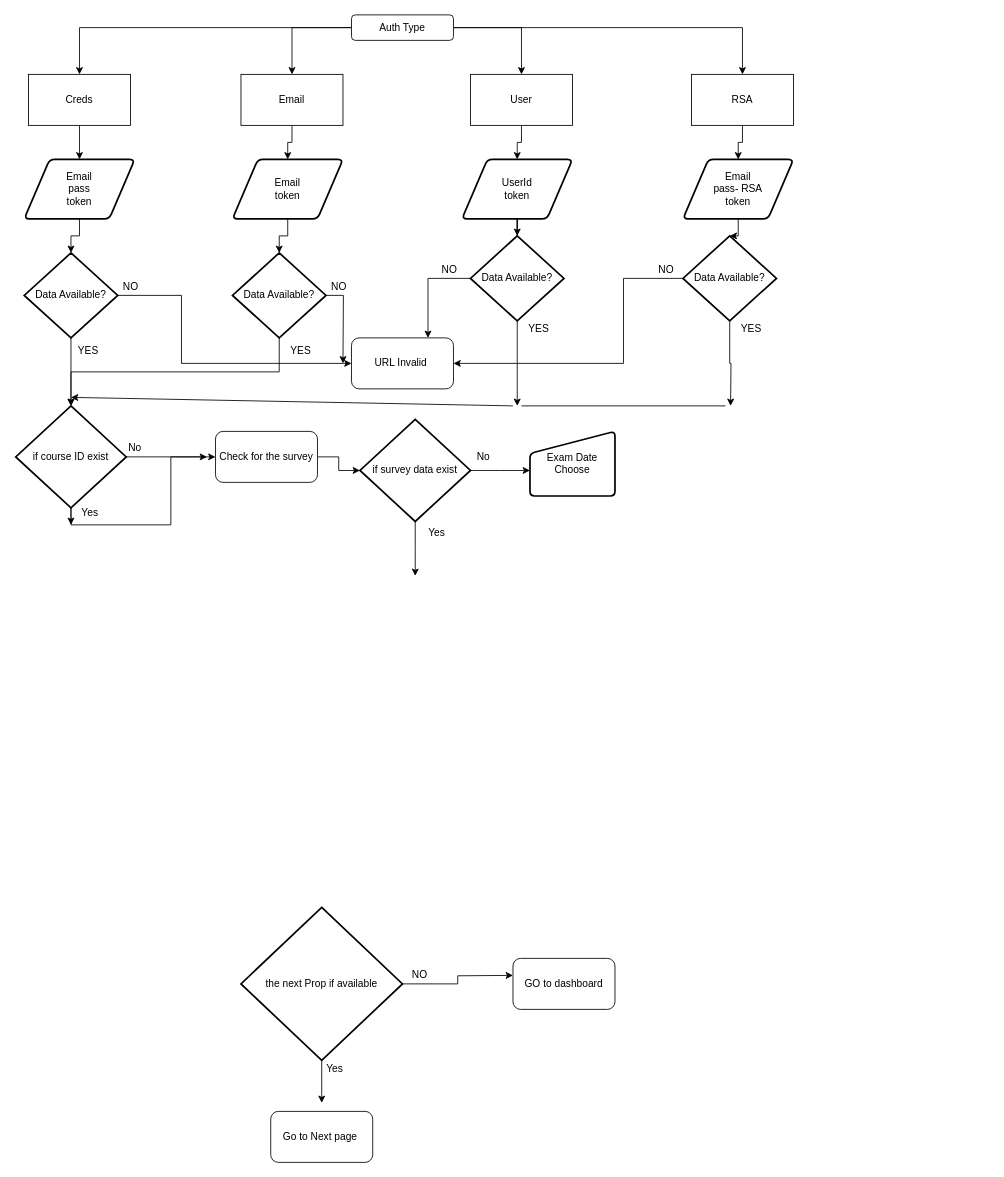
Earlier version of the draw.io diagram AutoLogin.drawio (susanta96/susanta96). Source tidied: cells renumbered, new cells numbered last; positions are measured from the earlier drawing's top-left corner, leaving out a move shared by most shapes. Both pictures are drawn from the tidied source at 85%, with x=0, y=0 at pixel (15, 14).
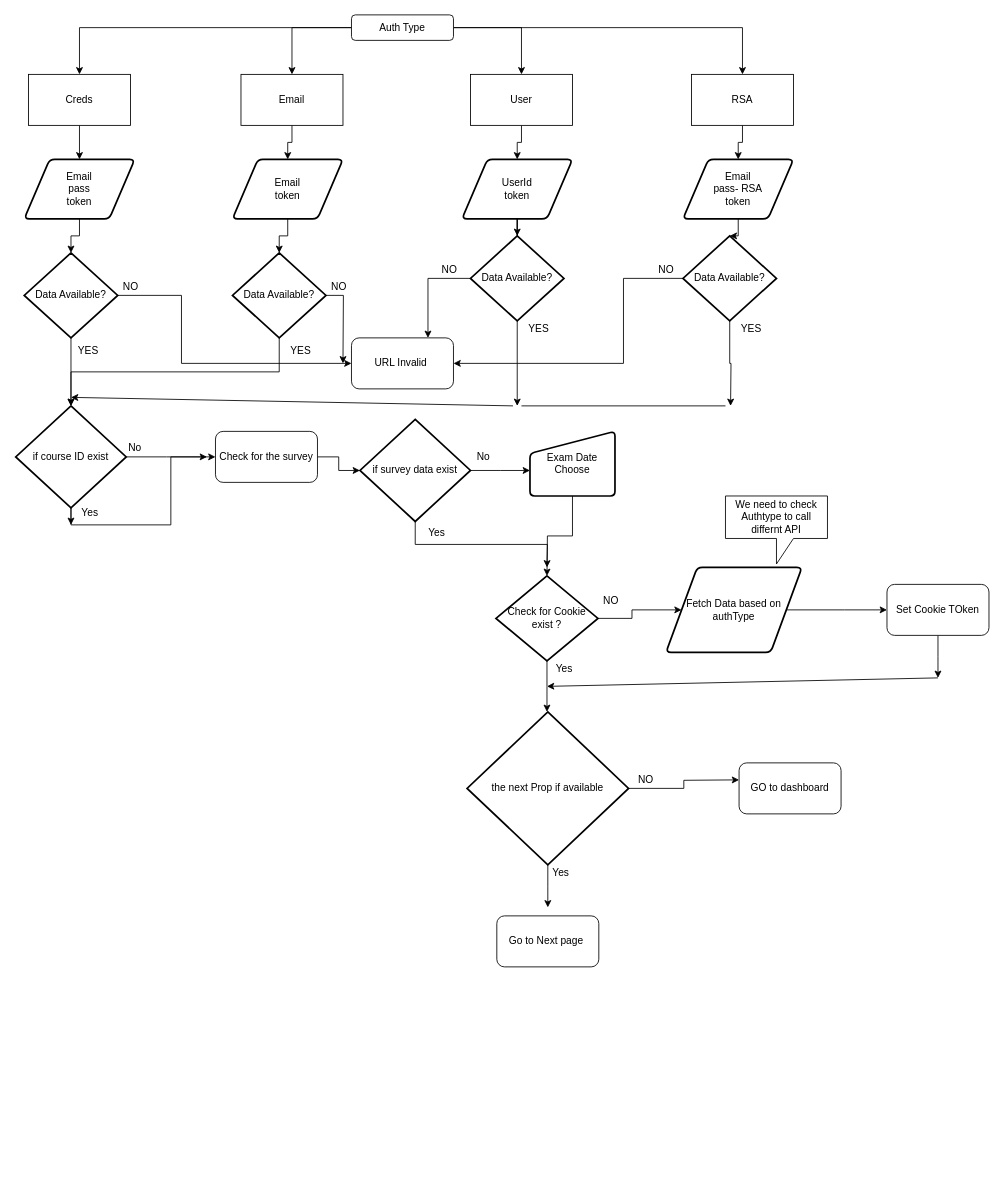
After the change.

The change refers to these unchanged cells:
```xml
<mxCell id="56" value="if survey data exist" style="strokeWidth=2;html=1;shape=mxgraph.flowchart.decision;whiteSpace=wrap;" parent="1" vertex="1">
  <mxGeometry x="405" y="476" width="130" height="120" as="geometry" />
</mxCell>
<mxCell id="59" value="Exam Date Choose" style="html=1;strokeWidth=2;shape=manualInput;whiteSpace=wrap;rounded=1;size=26;arcSize=11;" parent="1" vertex="1">
  <mxGeometry x="605" y="490" width="100" height="76" as="geometry" />
</mxCell>
```

What changed in the source:
```diff
@@
     <mxCell id="55" style="edgeStyle=orthogonalEdgeStyle;rounded=0;jettySize=auto;html=1;exitX=0.5;exitY=1;exitDx=0;exitDy=0;exitPerimeter=0;" parent="1" edge="1" source="56">
       <mxGeometry relative="1" as="geometry">
-        <mxPoint x="470" y="660" as="targetPoint" />
+        <mxPoint x="625" y="650" as="targetPoint" />
       </mxGeometry>
     </mxCell>
@@
+    <mxCell id="69" style="edgeStyle=orthogonalEdgeStyle;rounded=0;jettySize=auto;html=1;" parent="1" edge="1" source="59">
+      <mxGeometry relative="1" as="geometry">
+        <mxPoint x="625" y="660" as="targetPoint" />
+      </mxGeometry>
+    </mxCell>
@@
     <mxCell id="60" style="group;" parent="1" vertex="1">
-      <mxGeometry x="265" y="1050" width="440" height="300" as="geometry" />
+      <mxGeometry x="531" y="820" width="440" height="300" as="geometry" />
     </mxCell>
@@
+    <mxCell id="70" style="edgeStyle=orthogonalEdgeStyle;rounded=0;jettySize=auto;html=1;" parent="1" edge="1" source="72">
+      <mxGeometry relative="1" as="geometry">
+        <mxPoint x="625" y="820" as="targetPoint" />
+      </mxGeometry>
+    </mxCell>
+    <mxCell id="71" style="edgeStyle=orthogonalEdgeStyle;rounded=0;jettySize=auto;html=1;" parent="1" edge="1" source="72" target="76">
+      <mxGeometry relative="1" as="geometry" />
+    </mxCell>
+    <mxCell id="72" value="Check for Cookie&lt;br&gt;exist ?" style="strokeWidth=2;html=1;shape=mxgraph.flowchart.decision;whiteSpace=wrap;" parent="1" vertex="1">
+      <mxGeometry x="565" y="660" width="120" height="100" as="geometry" />
+    </mxCell>
+    <mxCell id="73" value="Yes" style="text;html=1;align=center;verticalAlign=middle;" parent="1" vertex="1">
+      <mxGeometry x="625" y="760" width="40" height="20" as="geometry" />
+    </mxCell>
+    <mxCell id="74" value="NO" style="text;html=1;align=center;verticalAlign=middle;" parent="1" vertex="1">
+      <mxGeometry x="685" y="680" width="30" height="20" as="geometry" />
+    </mxCell>
+    <mxCell id="75" style="edgeStyle=orthogonalEdgeStyle;rounded=0;jettySize=auto;html=1;" parent="1" edge="1" source="76">
+      <mxGeometry relative="1" as="geometry">
+        <mxPoint x="1025" y="700" as="targetPoint" />
+      </mxGeometry>
+    </mxCell>
+    <mxCell id="76" value="Fetch Data based on authType" style="shape=parallelogram;html=1;strokeWidth=2;perimeter=parallelogramPerimeter;whiteSpace=wrap;rounded=1;arcSize=12;size=0.23;" parent="1" vertex="1">
+      <mxGeometry x="765" y="650" width="160" height="100" as="geometry" />
+    </mxCell>
+    <mxCell id="77" style="edgeStyle=orthogonalEdgeStyle;rounded=0;jettySize=auto;html=1;" parent="1" edge="1" source="78">
+      <mxGeometry relative="1" as="geometry">
+        <mxPoint x="1085" y="780" as="targetPoint" />
+      </mxGeometry>
+    </mxCell>
+    <mxCell id="78" value="Set Cookie TOken" style="rounded=1;whiteSpace=wrap;html=1;" parent="1" vertex="1">
+      <mxGeometry x="1025" y="670" width="120" height="60" as="geometry" />
+    </mxCell>
+    <mxCell id="79" style="endArrow=classic;html=1;" parent="1" edge="1">
+      <mxGeometry relative="1" as="geometry">
+        <mxPoint x="1085" y="780" as="sourcePoint" />
+        <mxPoint x="625" y="790" as="targetPoint" />
+      </mxGeometry>
+    </mxCell>
+    <mxCell id="80" value="We need to check Authtype to call differnt API" style="shape=callout;whiteSpace=wrap;html=1;perimeter=calloutPerimeter;" parent="1" vertex="1">
+      <mxGeometry x="835" y="566" width="120" height="80" as="geometry" />
+    </mxCell>
```
